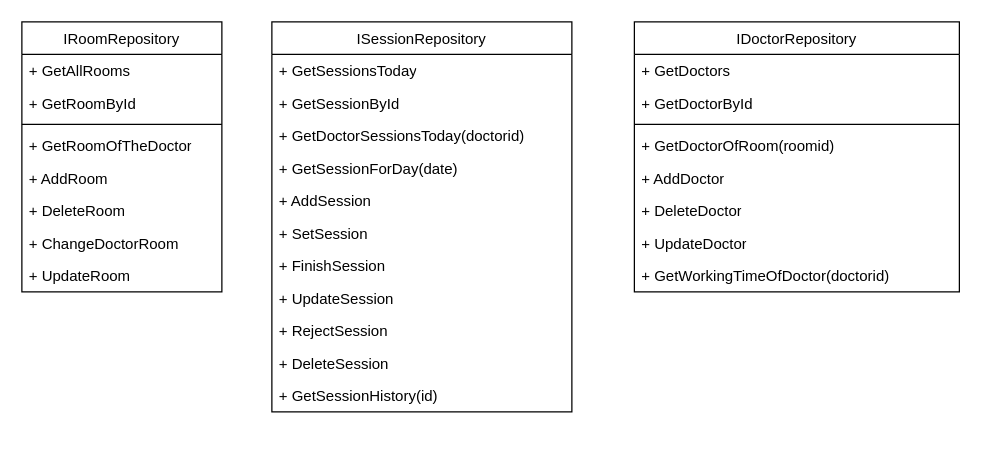
This is diagrams/Repositories.drawio from Azero77/PrivateClinicalSystem, a draw.io file, before an edit. Source tidied: cells renumbered, new cells numbered last; positions are measured from the earlier drawing's top-left corner, leaving out a move shared by most shapes. Both pictures are drawn from the tidied source at 125%, with x=0, y=0 at pixel (21, 21).
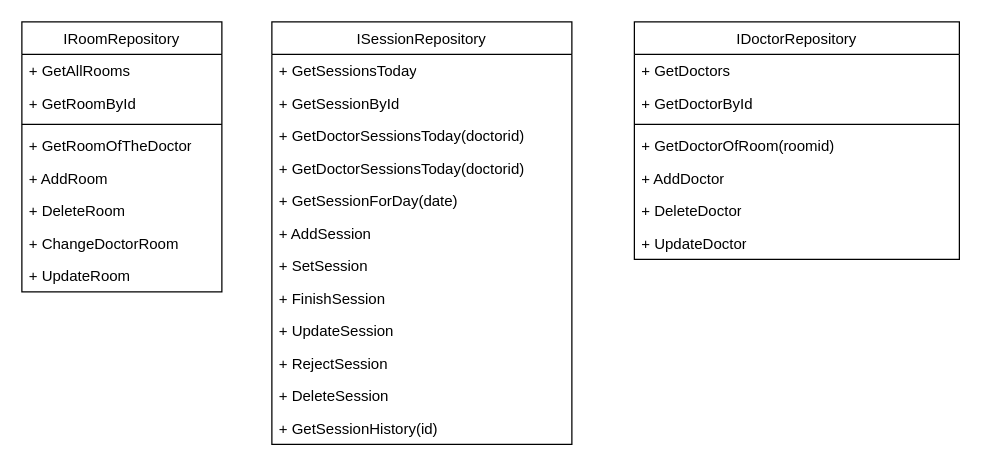
After the change.

What changed in the source:
```diff
@@
     <mxCell id="11" value="&lt;span style=&quot;font-weight: 400;&quot;&gt;IDoctorRepository&lt;/span&gt;" style="swimlane;fontStyle=1;align=center;verticalAlign=top;horizontal=1;startSize=26;whiteSpace=wrap;html=1;" parent="1" vertex="1">
-      <mxGeometry x="490" width="260" height="216" as="geometry" />
+      <mxGeometry x="490" width="260" height="190" as="geometry" />
     </mxCell>
@@
-    <mxCell id="19" value="+ GetWorkingTimeOfDoctor(doctorid)" style="text;strokeColor=none;fillColor=none;align=left;verticalAlign=top;spacingLeft=4;spacingRight=4;overflow=hidden;whiteSpace=wrap;html=1;" parent="11" vertex="1">
-      <mxGeometry y="190" width="260" height="26" as="geometry" />
-    </mxCell>
     <mxCell id="20" value="&lt;span style=&quot;font-weight: 400;&quot;&gt;ISessionRepository&lt;/span&gt;" style="swimlane;fontStyle=1;align=center;verticalAlign=top;horizontal=1;startSize=26;whiteSpace=wrap;html=1;" parent="1" vertex="1">
-      <mxGeometry x="200" width="240" height="312" as="geometry" />
+      <mxGeometry x="200" width="240" height="338" as="geometry" />
     </mxCell>
@@
+    <mxCell id="32" value="&lt;div&gt;+ GetDoctorSessionsToday(doctorid)&lt;/div&gt;" style="text;strokeColor=none;fillColor=none;align=left;verticalAlign=top;spacingLeft=4;spacingRight=4;overflow=hidden;whiteSpace=wrap;html=1;" parent="20" vertex="1">
+      <mxGeometry y="104" width="240" height="26" as="geometry" />
+    </mxCell>
     <mxCell id="24" value="+ GetSessionForDay(date)" style="text;strokeColor=none;fillColor=none;align=left;verticalAlign=top;spacingLeft=4;spacingRight=4;overflow=hidden;whiteSpace=wrap;html=1;" parent="20" vertex="1">
-      <mxGeometry y="104" width="240" height="26" as="geometry" />
+      <mxGeometry y="130" width="240" height="26" as="geometry" />
     </mxCell>
     <mxCell id="25" value="+ AddSession" style="text;strokeColor=none;fillColor=none;align=left;verticalAlign=top;spacingLeft=4;spacingRight=4;overflow=hidden;whiteSpace=wrap;html=1;" parent="20" vertex="1">
-      <mxGeometry y="130" width="240" height="26" as="geometry" />
+      <mxGeometry y="156" width="240" height="26" as="geometry" />
     </mxCell>
     <mxCell id="26" value="+ SetSession" style="text;strokeColor=none;fillColor=none;align=left;verticalAlign=top;spacingLeft=4;spacingRight=4;overflow=hidden;whiteSpace=wrap;html=1;" parent="20" vertex="1">
-      <mxGeometry y="156" width="240" height="26" as="geometry" />
+      <mxGeometry y="182" width="240" height="26" as="geometry" />
     </mxCell>
     <mxCell id="27" value="+ FinishSession" style="text;strokeColor=none;fillColor=none;align=left;verticalAlign=top;spacingLeft=4;spacingRight=4;overflow=hidden;whiteSpace=wrap;html=1;" parent="20" vertex="1">
-      <mxGeometry y="182" width="240" height="26" as="geometry" />
+      <mxGeometry y="208" width="240" height="26" as="geometry" />
     </mxCell>
     <mxCell id="28" value="+ UpdateSession" style="text;strokeColor=none;fillColor=none;align=left;verticalAlign=top;spacingLeft=4;spacingRight=4;overflow=hidden;whiteSpace=wrap;html=1;" parent="20" vertex="1">
-      <mxGeometry y="208" width="240" height="26" as="geometry" />
+      <mxGeometry y="234" width="240" height="26" as="geometry" />
     </mxCell>
     <mxCell id="29" value="+ RejectSession" style="text;strokeColor=none;fillColor=none;align=left;verticalAlign=top;spacingLeft=4;spacingRight=4;overflow=hidden;whiteSpace=wrap;html=1;" parent="20" vertex="1">
-      <mxGeometry y="234" width="240" height="26" as="geometry" />
+      <mxGeometry y="260" width="240" height="26" as="geometry" />
     </mxCell>
     <mxCell id="30" value="+ DeleteSession" style="text;strokeColor=none;fillColor=none;align=left;verticalAlign=top;spacingLeft=4;spacingRight=4;overflow=hidden;whiteSpace=wrap;html=1;" parent="20" vertex="1">
-      <mxGeometry y="260" width="240" height="26" as="geometry" />
+      <mxGeometry y="286" width="240" height="26" as="geometry" />
     </mxCell>
     <mxCell id="31" value="+ GetSessionHistory(id)" style="text;strokeColor=none;fillColor=none;align=left;verticalAlign=top;spacingLeft=4;spacingRight=4;overflow=hidden;whiteSpace=wrap;html=1;" parent="20" vertex="1">
-      <mxGeometry y="286" width="240" height="26" as="geometry" />
+      <mxGeometry y="312" width="240" height="26" as="geometry" />
     </mxCell>
```
